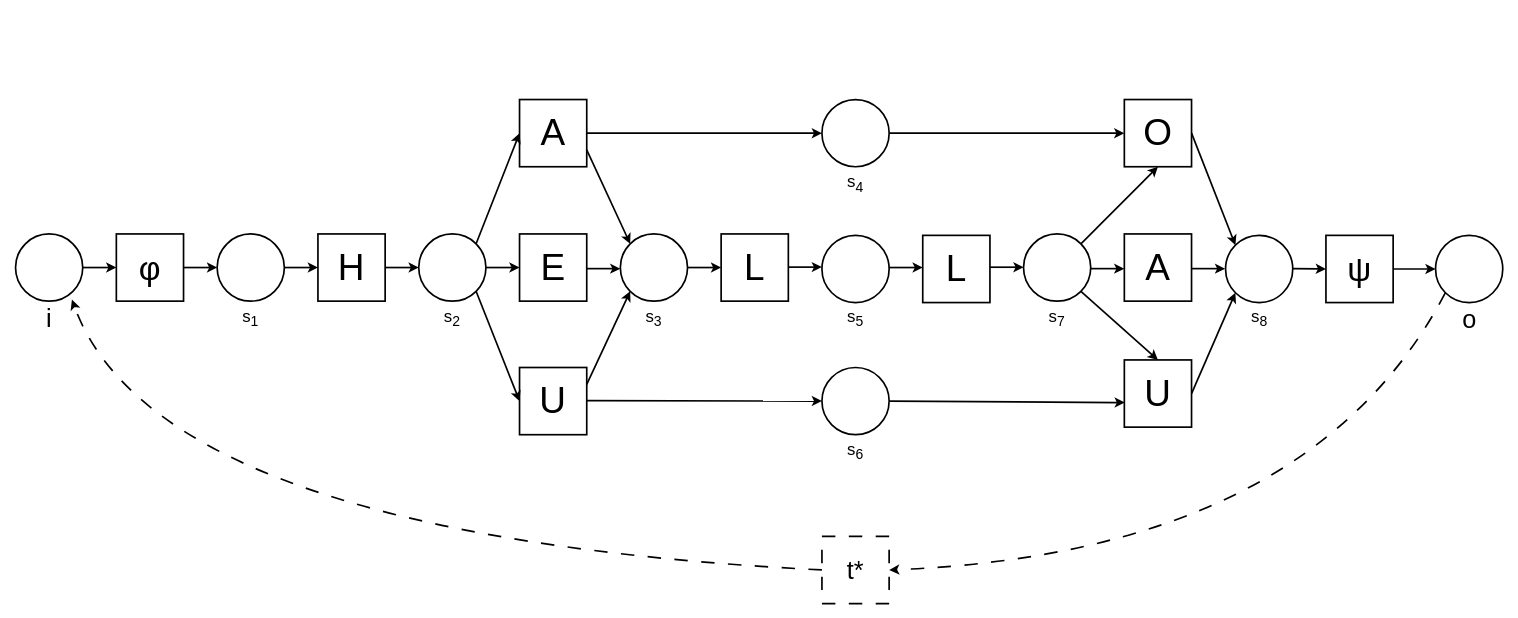
Earlier version of the draw.io diagram langAbhaengigkeit.drawio (Marakil/BA_Bilder). Source tidied: cells renumbered, new cells numbered last; positions are measured from the earlier drawing's top-left corner, leaving out a move shared by most shapes. Both pictures are drawn from the tidied source at 84%, with x=0, y=0 at pixel (15, 99).
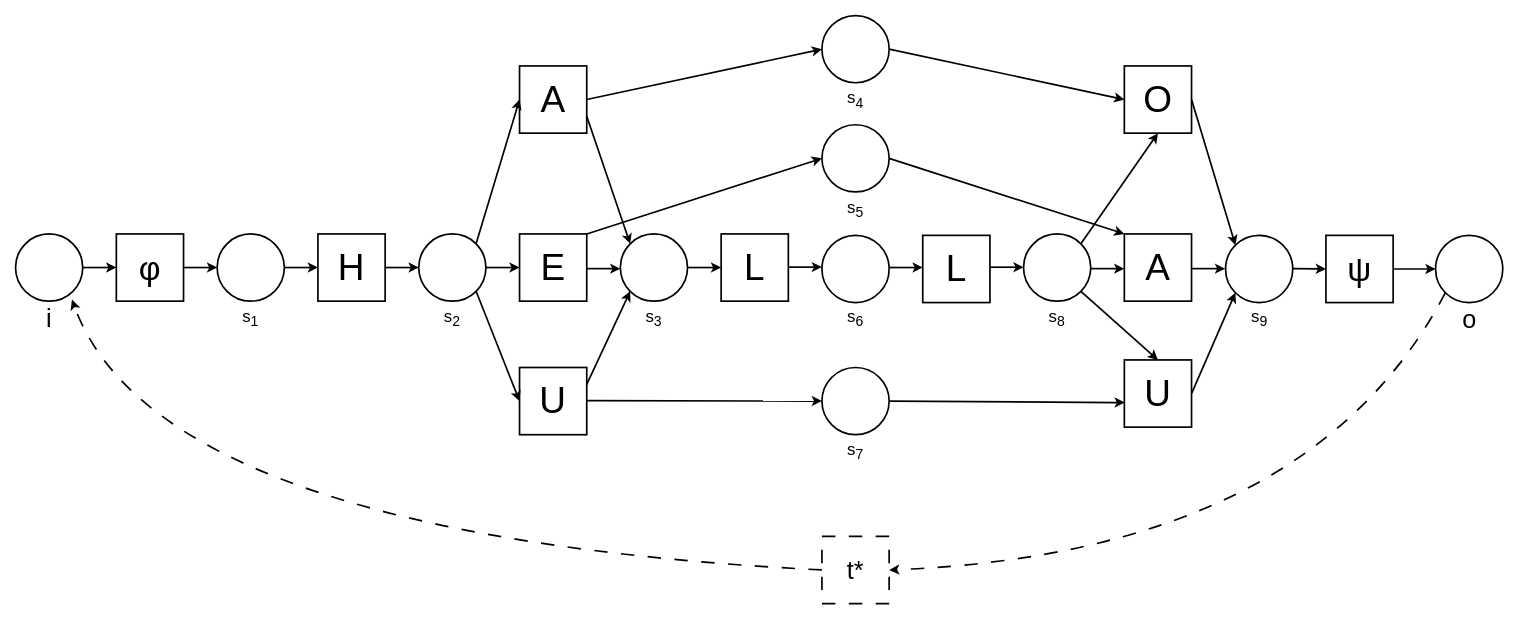
The same diagram, later.

Unchanged cells that the change refers to:
```xml
<mxCell id="17" value="E" style="rounded=0;whiteSpace=wrap;html=1;fontSize=44;strokeWidth=2;" parent="1" vertex="1">
  <mxGeometry x="600" y="160" width="80" height="80" as="geometry" />
</mxCell>
<mxCell id="48" value="A" style="rounded=0;whiteSpace=wrap;html=1;fontSize=44;strokeWidth=2;" parent="1" vertex="1">
  <mxGeometry x="1320" y="160" width="80" height="80" as="geometry" />
</mxCell>
```

Diff of the diagram source:
```diff
@@
     <mxCell id="3" style="ellipse;whiteSpace=wrap;html=1;strokeWidth=2;" parent="1" vertex="1">
-      <mxGeometry x="960" width="80" height="80" as="geometry" />
+      <mxGeometry x="960" y="-100" width="80" height="80" as="geometry" />
     </mxCell>
@@
     <mxCell id="9" value="A" style="rounded=0;whiteSpace=wrap;html=1;fontSize=44;strokeWidth=2;" parent="1" vertex="1">
-      <mxGeometry x="600" width="80" height="80" as="geometry" />
+      <mxGeometry x="600" y="-40" width="80" height="80" as="geometry" />
     </mxCell>
@@
     <mxCell id="31" value="s&lt;sub&gt;4&lt;/sub&gt;" style="text;html=1;strokeColor=none;fillColor=none;align=center;verticalAlign=middle;whiteSpace=wrap;rounded=0;fontSize=20;" parent="1" vertex="1">
-      <mxGeometry x="970" y="80" width="60" height="40" as="geometry" />
+      <mxGeometry x="970" y="-20" width="60" height="40" as="geometry" />
     </mxCell>
-    <mxCell id="32" value="s&lt;sub&gt;6&lt;/sub&gt;" style="text;html=1;strokeColor=none;fillColor=none;align=center;verticalAlign=middle;whiteSpace=wrap;rounded=0;fontSize=20;" parent="1" vertex="1">
+    <mxCell id="32" value="s&lt;sub&gt;7&lt;/sub&gt;" style="text;html=1;strokeColor=none;fillColor=none;align=center;verticalAlign=middle;whiteSpace=wrap;rounded=0;fontSize=20;" parent="1" vertex="1">
       <mxGeometry x="970" y="399" width="60" height="40" as="geometry" />
     </mxCell>
-    <mxCell id="33" value="s&lt;sub&gt;7&lt;/sub&gt;" style="text;html=1;strokeColor=none;fillColor=none;align=center;verticalAlign=middle;whiteSpace=wrap;rounded=0;fontSize=20;" parent="1" vertex="1">
+    <mxCell id="33" value="s&lt;sub&gt;8&lt;/sub&gt;" style="text;html=1;strokeColor=none;fillColor=none;align=center;verticalAlign=middle;whiteSpace=wrap;rounded=0;fontSize=20;" parent="1" vertex="1">
       <mxGeometry x="1210" y="240" width="60" height="40" as="geometry" />
     </mxCell>
@@
     <mxCell id="37" value="O" style="rounded=0;whiteSpace=wrap;html=1;fontSize=44;strokeWidth=2;" parent="1" vertex="1">
-      <mxGeometry x="1320" width="80" height="80" as="geometry" />
+      <mxGeometry x="1320" y="-40" width="80" height="80" as="geometry" />
     </mxCell>
@@
-    <mxCell id="42" value="s&lt;sub&gt;8&lt;/sub&gt;" style="text;html=1;strokeColor=none;fillColor=none;align=center;verticalAlign=middle;whiteSpace=wrap;rounded=0;fontSize=20;" parent="1" vertex="1">
+    <mxCell id="42" value="s&lt;sub&gt;9&lt;/sub&gt;" style="text;html=1;strokeColor=none;fillColor=none;align=center;verticalAlign=middle;whiteSpace=wrap;rounded=0;fontSize=20;" parent="1" vertex="1">
       <mxGeometry x="1450.5" y="240" width="60" height="40" as="geometry" />
     </mxCell>
@@
-    <mxCell id="58" value="s&lt;sub&gt;5&lt;/sub&gt;" style="text;html=1;strokeColor=none;fillColor=none;align=center;verticalAlign=middle;whiteSpace=wrap;rounded=0;fontSize=20;" parent="1" vertex="1">
+    <mxCell id="58" value="s&lt;sub&gt;6&lt;/sub&gt;" style="text;html=1;strokeColor=none;fillColor=none;align=center;verticalAlign=middle;whiteSpace=wrap;rounded=0;fontSize=20;" parent="1" vertex="1">
       <mxGeometry x="970" y="240" width="60" height="40" as="geometry" />
     </mxCell>
@@
+    <mxCell id="62" style="ellipse;whiteSpace=wrap;html=1;strokeWidth=2;" parent="1" vertex="1">
+      <mxGeometry x="960" y="30" width="80" height="80" as="geometry" />
+    </mxCell>
+    <mxCell id="63" value="s&lt;sub&gt;5&lt;/sub&gt;" style="text;html=1;strokeColor=none;fillColor=none;align=center;verticalAlign=middle;whiteSpace=wrap;rounded=0;fontSize=20;" parent="1" vertex="1">
+      <mxGeometry x="970" y="110" width="60" height="40" as="geometry" />
+    </mxCell>
+    <mxCell id="64" style="endArrow=classic;html=1;rounded=0;curved=1;exitX=1;exitY=0;exitDx=0;exitDy=0;strokeWidth=2;entryX=0;entryY=0.5;entryDx=0;entryDy=0;" parent="1" edge="1" source="17" target="62">
+      <mxGeometry relative="1" as="geometry" />
+    </mxCell>
+    <mxCell id="65" style="endArrow=classic;html=1;rounded=0;curved=1;entryX=0;entryY=0;entryDx=0;entryDy=0;strokeWidth=2;exitX=1;exitY=0.5;exitDx=0;exitDy=0;" parent="1" edge="1" source="62" target="48">
+      <mxGeometry relative="1" as="geometry" />
+    </mxCell>
```
